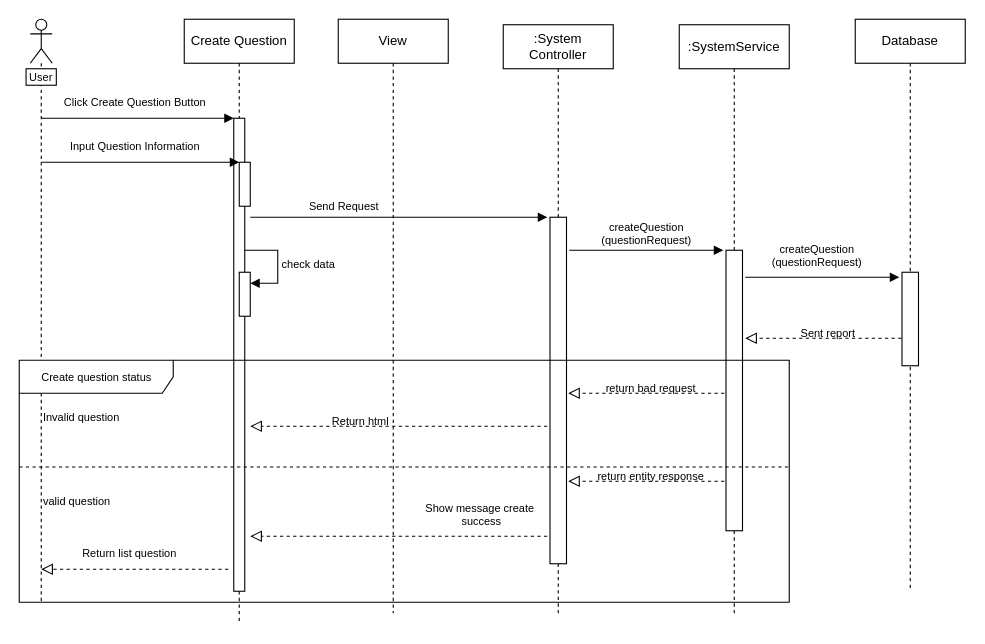
SWD392/SmallQuiz keeps this draw.io diagram as page "sequence Create question LOL" (10 of 12) of Doc/Untitled Diagram.drawio. Above is the earlier version. Source tidied: cells renumbered, new cells numbered last; positions are measured from the earlier drawing's top-left corner, leaving out a move shared by most shapes. Both pictures are drawn from the tidied source at 110%, with x=0, y=0 at pixel (19, 19).
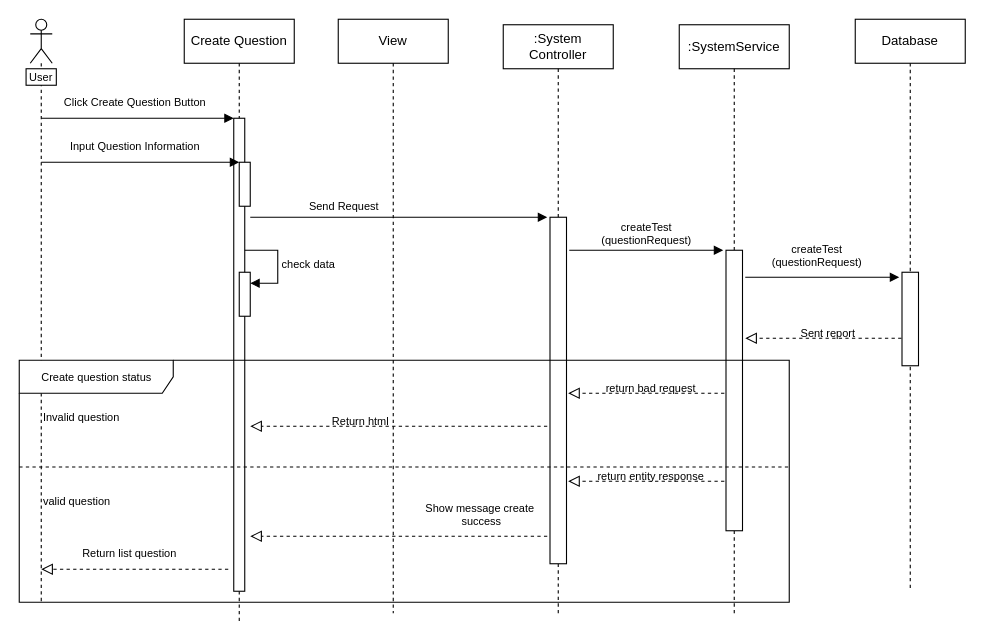
Above is the later version.

Diff of the diagram source:
```diff
@@
-    <mxCell id="20" value="createQuestion&lt;br&gt;(questionRequest)" style="text;html=1;align=center;verticalAlign=middle;strokeColor=none;fillColor=none;fontSize=10;" parent="1" vertex="1">
+    <mxCell id="20" value="createTest&lt;br&gt;(questionRequest)" style="text;html=1;align=center;verticalAlign=middle;strokeColor=none;fillColor=none;fontSize=10;" parent="1" vertex="1">
       <mxGeometry x="515" y="175" width="110" height="40" as="geometry" />
     </mxCell>
@@
-    <mxCell id="24" value="createQuestion&lt;br&gt;(questionRequest)" style="text;html=1;align=center;verticalAlign=middle;strokeColor=none;fillColor=none;fontSize=10;" parent="1" vertex="1">
+    <mxCell id="24" value="createTest&lt;br&gt;(questionRequest)" style="text;html=1;align=center;verticalAlign=middle;strokeColor=none;fillColor=none;fontSize=10;" parent="1" vertex="1">
       <mxGeometry x="670" y="195" width="110" height="40" as="geometry" />
     </mxCell>
```
